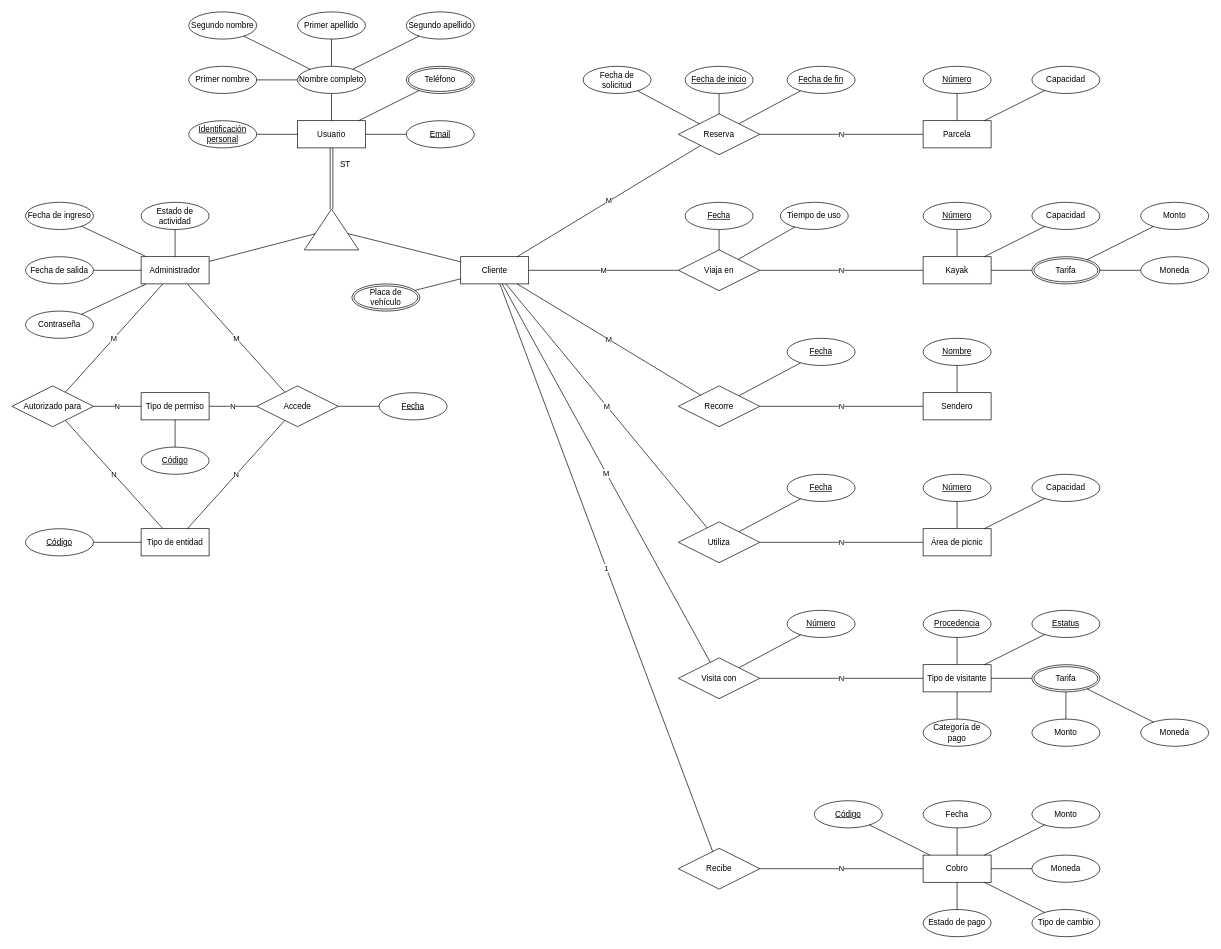
Before: page "Modelo E-R" (1 of 2) of design/database/Base de datos de Junquillal.drawio in alfateam23/alfateam_ci0128_23a, a draw.io diagram. Source tidied: cells renumbered, new cells numbered last; positions are measured from the earlier drawing's top-left corner, leaving out a move shared by most shapes. Both pictures are drawn from the tidied source at 68%, with x=0, y=0 at pixel (12, 12).
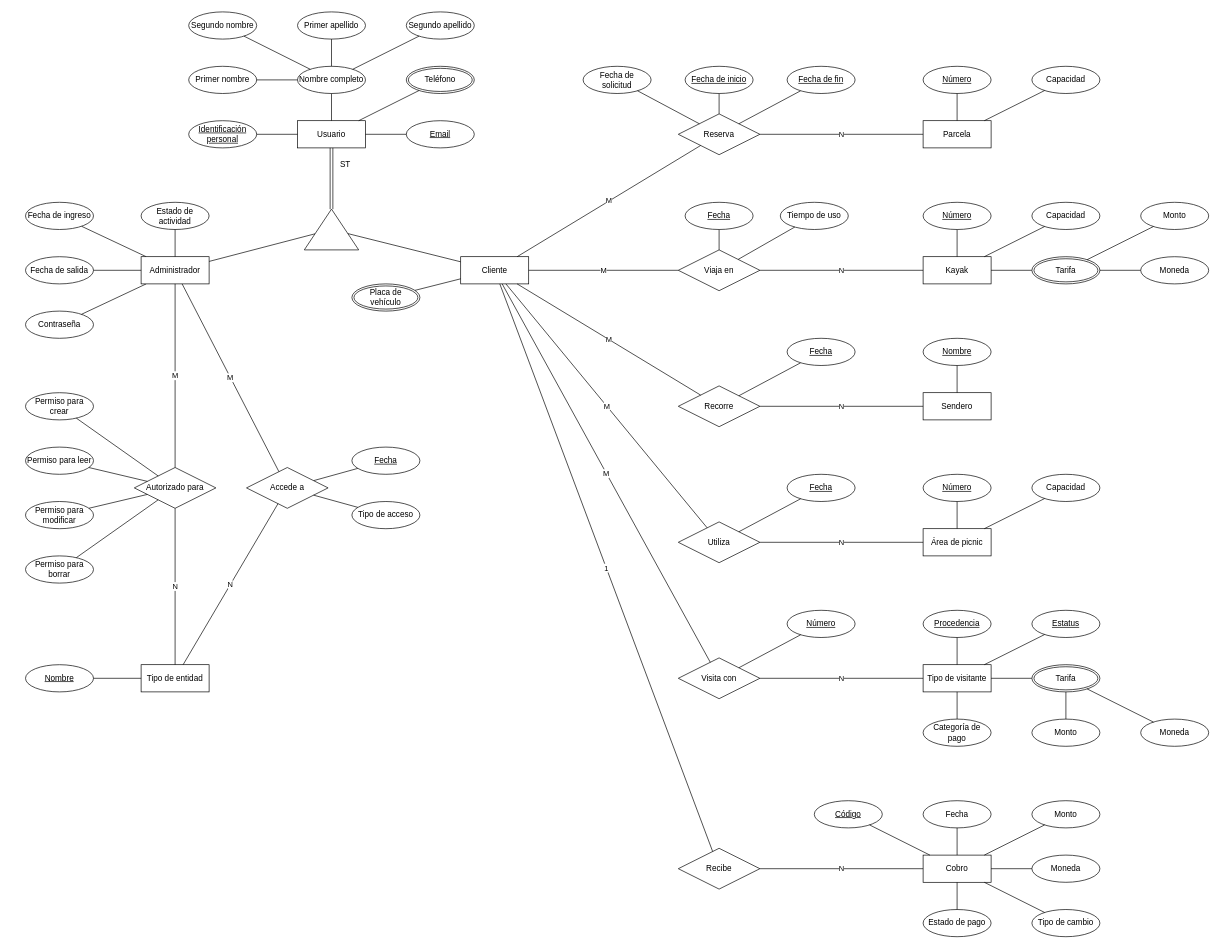
Above is the later version.

Diff of the diagram source:
```diff
@@
     <mxCell id="28" value="Tipo de entidad" style="whiteSpace=wrap;html=1;align=center;" parent="1" vertex="1">
-      <mxGeometry x="190" y="760" width="100" height="40" as="geometry" />
+      <mxGeometry x="190" y="960" width="100" height="40" as="geometry" />
     </mxCell>
     <mxCell id="29" value="Autorizado para" style="shape=rhombus;perimeter=rhombusPerimeter;whiteSpace=wrap;html=1;align=center;" parent="1" vertex="1">
-      <mxGeometry y="550" width="120" height="60" as="geometry" />
+      <mxGeometry x="180" y="670" width="120" height="60" as="geometry" />
     </mxCell>
@@
-    <mxCell id="32" value="Código" style="ellipse;whiteSpace=wrap;html=1;align=center;fontStyle=4;" parent="1" vertex="1">
-      <mxGeometry x="20" y="760" width="100" height="40" as="geometry" />
+    <mxCell id="32" value="Nombre" style="ellipse;whiteSpace=wrap;html=1;align=center;fontStyle=4;" parent="1" vertex="1">
+      <mxGeometry x="20" y="960" width="100" height="40" as="geometry" />
     </mxCell>
@@
     <mxCell id="121" value="Fecha" style="ellipse;whiteSpace=wrap;html=1;align=center;fontStyle=4;" parent="1" vertex="1">
-      <mxGeometry x="540" y="560" width="100" height="40" as="geometry" />
+      <mxGeometry x="500" y="640" width="100" height="40" as="geometry" />
     </mxCell>
@@
-    <mxCell id="123" value="Accede" style="shape=rhombus;perimeter=rhombusPerimeter;whiteSpace=wrap;html=1;align=center;" parent="1" vertex="1">
-      <mxGeometry x="360" y="550" width="120" height="60" as="geometry" />
+    <mxCell id="123" value="Accede a" style="shape=rhombus;perimeter=rhombusPerimeter;whiteSpace=wrap;html=1;align=center;" parent="1" vertex="1">
+      <mxGeometry x="345" y="670" width="120" height="60" as="geometry" />
     </mxCell>
@@
-    <mxCell id="126" value="N" style="endArrow=none;html=1;rounded=0;" parent="1" edge="1" source="129" target="29">
-      <mxGeometry relative="1" as="geometry" />
-    </mxCell>
@@
-    <mxCell id="128" value="Código" style="ellipse;whiteSpace=wrap;html=1;align=center;fontStyle=4;" parent="1" vertex="1">
-      <mxGeometry x="190" y="640" width="100" height="40" as="geometry" />
-    </mxCell>
-    <mxCell id="129" value="Tipo de permiso" style="whiteSpace=wrap;html=1;align=center;" parent="1" vertex="1">
-      <mxGeometry x="190" y="560" width="100" height="40" as="geometry" />
-    </mxCell>
-    <mxCell id="130" style="endArrow=none;html=1;rounded=0;" parent="1" edge="1" source="128" target="129">
-      <mxGeometry relative="1" as="geometry" />
-    </mxCell>
-    <mxCell id="131" value="N" style="endArrow=none;html=1;rounded=0;" parent="1" edge="1" source="129" target="123">
-      <mxGeometry relative="1" as="geometry" />
-    </mxCell>
@@
+    <mxCell id="136" value="Permiso para leer" style="ellipse;whiteSpace=wrap;html=1;align=center;" parent="1" vertex="1">
+      <mxGeometry x="20" y="640" width="100" height="40" as="geometry" />
+    </mxCell>
+    <mxCell id="137" value="Permiso para crear" style="ellipse;whiteSpace=wrap;html=1;align=center;" parent="1" vertex="1">
+      <mxGeometry x="20" y="560" width="100" height="40" as="geometry" />
+    </mxCell>
+    <mxCell id="138" value="Permiso para modificar" style="ellipse;whiteSpace=wrap;html=1;align=center;" parent="1" vertex="1">
+      <mxGeometry x="20" y="720" width="100" height="40" as="geometry" />
+    </mxCell>
+    <mxCell id="139" value="Permiso para borrar" style="ellipse;whiteSpace=wrap;html=1;align=center;" parent="1" vertex="1">
+      <mxGeometry x="20" y="800" width="100" height="40" as="geometry" />
+    </mxCell>
+    <mxCell id="140" style="endArrow=none;html=1;rounded=0;" parent="1" edge="1" source="137" target="29">
+      <mxGeometry relative="1" as="geometry" />
+    </mxCell>
+    <mxCell id="141" style="endArrow=none;html=1;rounded=0;" parent="1" edge="1" source="136" target="29">
+      <mxGeometry relative="1" as="geometry" />
+    </mxCell>
+    <mxCell id="142" style="endArrow=none;html=1;rounded=0;" parent="1" edge="1" source="138" target="29">
+      <mxGeometry relative="1" as="geometry" />
+    </mxCell>
+    <mxCell id="143" style="endArrow=none;html=1;rounded=0;" parent="1" edge="1" source="139" target="29">
+      <mxGeometry relative="1" as="geometry" />
+    </mxCell>
+    <mxCell id="144" value="Tipo de acceso" style="ellipse;whiteSpace=wrap;html=1;align=center;" parent="1" vertex="1">
+      <mxGeometry x="500" y="720" width="100" height="40" as="geometry" />
+    </mxCell>
+    <mxCell id="145" style="endArrow=none;html=1;rounded=0;" parent="1" edge="1" source="123" target="144">
+      <mxGeometry relative="1" as="geometry" />
+    </mxCell>
```
